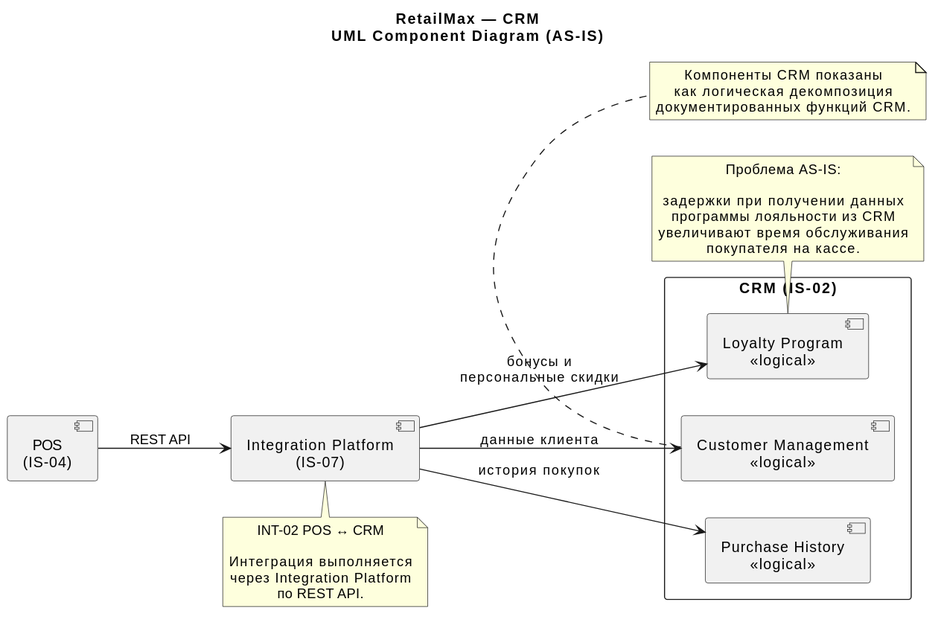
This is 01_sales_domain/06_Architecture_Models/UML/sales_components_UML.svg from julicaon/hse_architecture, a PlantUML export, as it was before one commit. Its diagram source:
```plantuml
@startuml
left to right direction

skinparam componentStyle uml2
skinparam shadowing false
skinparam packageStyle rectangle
skinparam defaultTextAlignment center

title RetailMax — CRM\nUML Component Diagram (AS-IS)


component "POS\n(IS-04)" as POS

component "Integration Platform\n(IS-07)" as IP



package "CRM (IS-02)" {

    component "Customer Management\n<<logical>>" as Customer

    component "Loyalty Program\n<<logical>>" as Loyalty

    component "Purchase History\n<<logical>>" as History
}



POS --> IP : REST API

IP --> Customer : данные клиента

IP --> Loyalty : бонусы и\nперсональные скидки

IP --> History : история покупок



note bottom of IP
INT-02 POS ↔ CRM

Интеграция выполняется
через Integration Platform
по REST API.
end note


note bottom of Loyalty
Проблема AS-IS:

задержки при получении данных
программы лояльности из CRM
увеличивают время обслуживания
покупателя на кассе.
end note


note bottom of Customer
Компоненты CRM показаны
как логическая декомпозиция
документированных функций CRM.
end note
@enduml
```
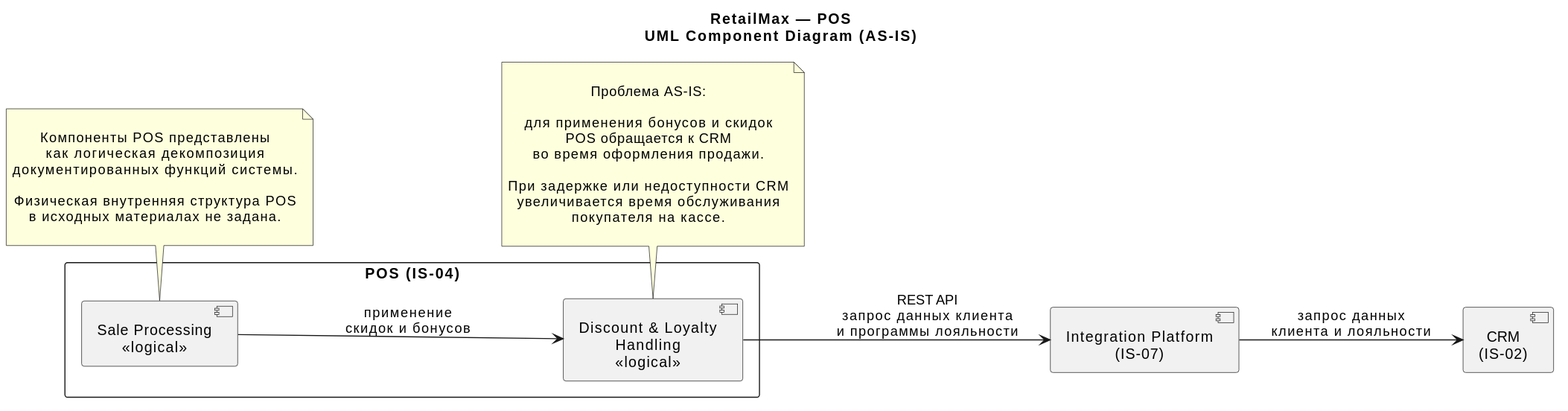
Above is the later version.

Change to the diagram source:
```diff
@@ -6,58 +6,56 @@
 skinparam packageStyle rectangle
 skinparam defaultTextAlignment center
 
-title RetailMax — CRM\nUML Component Diagram (AS-IS)
-
-
-component "POS\n(IS-04)" as POS
-
-component "Integration Platform\n(IS-07)" as IP
+title RetailMax — POS\nUML Component Diagram (AS-IS)
 
 
 
-package "CRM (IS-02)" {
+package "POS (IS-04)" {
 
-    component "Customer Management\n<<logical>>" as Customer
+    component "Sale Processing\n<<logical>>" as Sale
 
-    component "Loyalty Program\n<<logical>>" as Loyalty
-
-    component "Purchase History\n<<logical>>" as History
+    component "Discount & Loyalty\nHandling\n<<logical>>" as Loyalty
 }
 
 
 
-POS --> IP : REST API
+component "Integration Platform\n(IS-07)" as IP
 
-IP --> Customer : данные клиента
-
-IP --> Loyalty : бонусы и\nперсональные скидки
-
-IP --> History : история покупок
+component "CRM\n(IS-02)" as CRM
 
 
 
-note bottom of IP
-INT-02 POS ↔ CRM
+Sale --> Loyalty : применение\nскидок и бонусов
 
-Интеграция выполняется
-через Integration Platform
-по REST API.
+Loyalty --> IP : REST API\nзапрос данных клиента\nи программы лояльности
+
+IP --> CRM : запрос данных\nклиента и лояльности
+
+
+
+note bottom of Loyalty
+
+Проблема AS-IS:
+
+для применения бонусов и скидок
+POS обращается к CRM
+во время оформления продажи.
+
+При задержке или недоступности CRM
+увеличивается время обслуживания
+покупателя на кассе.
+
 end note
 
 
-note bottom of Loyalty
-Проблема AS-IS:
+note bottom of Sale
 
-задержки при получении данных
-программы лояльности из CRM
-увеличивают время обслуживания
-покупателя на кассе.
-end note
+Компоненты POS представлены
+как логическая декомпозиция
+документированных функций системы.
 
+Физическая внутренняя структура POS
+в исходных материалах не задана.
 
-note bottom of Customer
-Компоненты CRM показаны
-как логическая декомпозиция
-документированных функций CRM.
 end note
 @enduml
```
